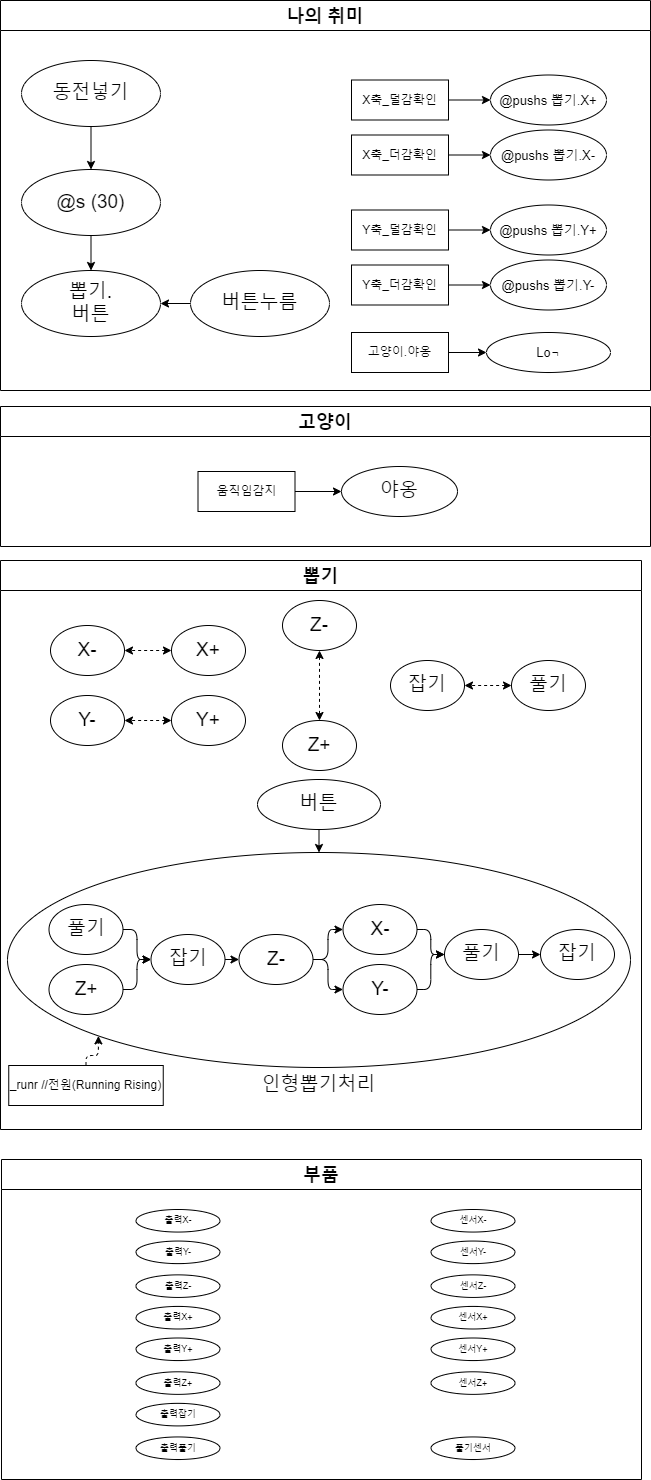
The draw.io diagram MySystem/png/my4.dio.png in DualsoftDev/ds, before a commit. Source tidied: cells renumbered, new cells last; positions are measured from the earlier drawing's top-left corner, leaving out a move shared by most shapes.
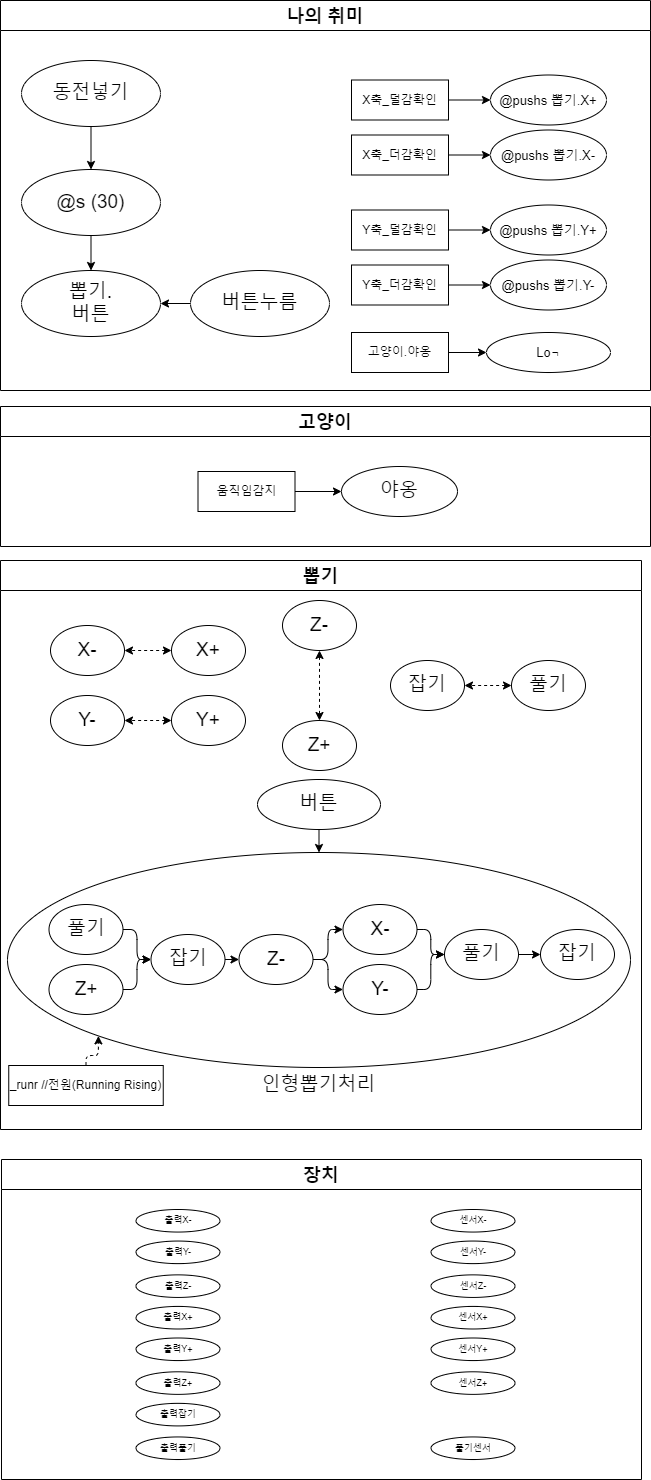
The same file after the commit.

The edit, as a diff of the source:
```diff
@@ -187,7 +187,7 @@
     <mxCell id="62" style="edgeStyle=orthogonalEdgeStyle;html=1;exitX=1;exitY=0.5;exitDx=0;exitDy=0;startArrow=none;startFill=0;" parent="59" edge="1" source="60" target="61">
       <mxGeometry relative="1" as="geometry" />
     </mxCell>
-    <mxCell id="63" value="부품" style="swimlane;labelBackgroundColor=#FFFFFF;fontColor=none;fontSize=18;startSize=30;" parent="1" vertex="1">
+    <mxCell id="63" value="장치" style="swimlane;labelBackgroundColor=#FFFFFF;fontColor=none;fontSize=18;startSize=30;" parent="1" vertex="1">
       <mxGeometry x="1" y="1159" width="640" height="320" as="geometry" />
     </mxCell>
     <mxCell id="64" style="group;" parent="63" vertex="1">
```
